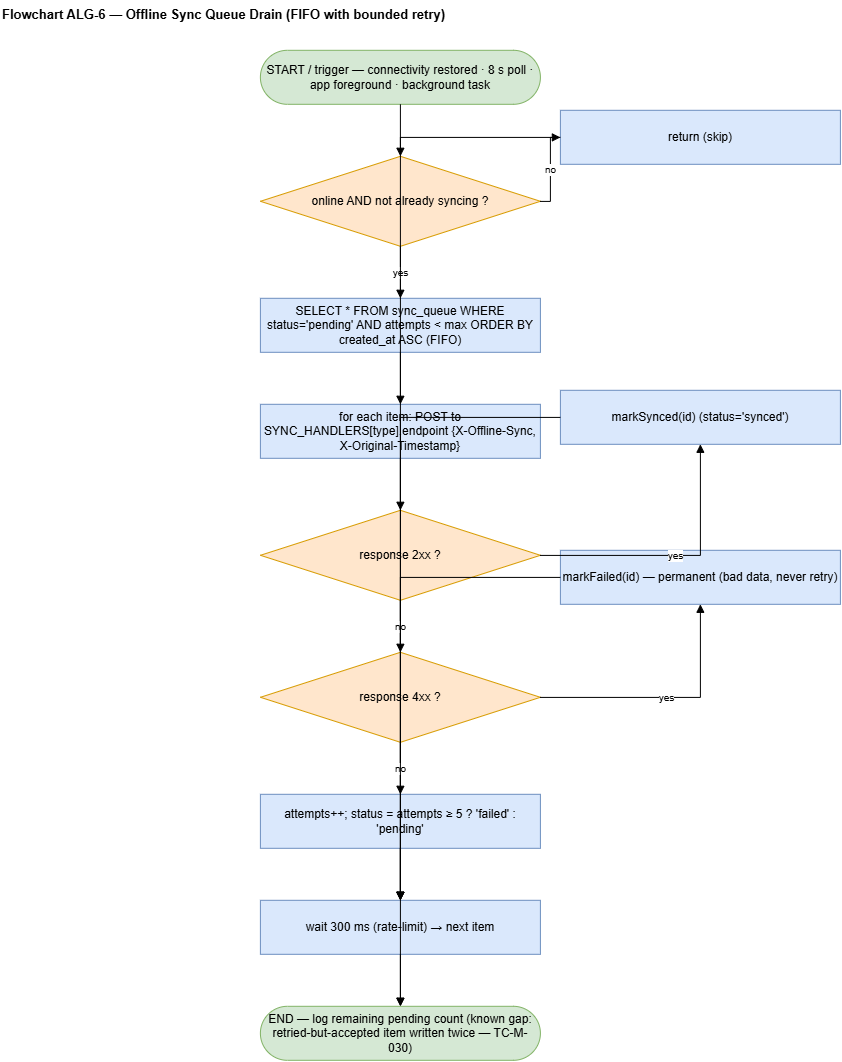
Earlier version of the draw.io export research-report-source/diagrams/pngs/Flowchart_ALG-6_Offline_Sync_Queue_Drain.drawio.png (DeshanDV1003/Suraksha---Web-App). Source tidied: cells renumbered, new cells last; positions are measured from the earlier drawing's top-left corner, leaving out a move shared by most shapes. Its diagram source:
```xml
<mxGraphModel>
  <root>
    <mxCell id="0" />
    <mxCell id="1" parent="0" />
    <mxCell id="2" value="Flowchart ALG-6 — Offline Sync Queue Drain (FIFO with bounded retry)" style="text;html=1;fontStyle=1;fontSize=13;align=left;" parent="1" vertex="1">
      <mxGeometry width="820" height="26" as="geometry" />
    </mxCell>
    <mxCell id="3" value="START / trigger — connectivity restored · 8 s poll · app foreground · background task" style="rounded=1;arcSize=50;whiteSpace=wrap;html=1;fillColor=#d5e8d4;strokeColor=#82b366;" parent="1" vertex="1">
      <mxGeometry x="260" y="50" width="280" height="54" as="geometry" />
    </mxCell>
    <mxCell id="4" value="online AND not already syncing ?" style="rhombus;whiteSpace=wrap;html=1;fillColor=#ffe6cc;strokeColor=#d79b00;" parent="1" vertex="1">
      <mxGeometry x="260" y="156" width="280" height="90" as="geometry" />
    </mxCell>
    <mxCell id="5" value="return (skip)" style="rounded=0;whiteSpace=wrap;html=1;fillColor=#dae8fc;strokeColor=#6c8ebf;" parent="1" vertex="1">
      <mxGeometry x="560" y="110" width="280" height="54" as="geometry" />
    </mxCell>
    <mxCell id="6" value="SELECT * FROM sync_queue WHERE status='pending' AND attempts &lt; max ORDER BY created_at ASC  (FIFO)" style="rounded=0;whiteSpace=wrap;html=1;fillColor=#dae8fc;strokeColor=#6c8ebf;" parent="1" vertex="1">
      <mxGeometry x="260" y="298" width="280" height="54" as="geometry" />
    </mxCell>
    <mxCell id="7" value="for each item: POST to SYNC_HANDLERS[type].endpoint  {X-Offline-Sync, X-Original-Timestamp}" style="rounded=0;whiteSpace=wrap;html=1;fillColor=#dae8fc;strokeColor=#6c8ebf;" parent="1" vertex="1">
      <mxGeometry x="260" y="404" width="280" height="54" as="geometry" />
    </mxCell>
    <mxCell id="8" value="response 2xx ?" style="rhombus;whiteSpace=wrap;html=1;fillColor=#ffe6cc;strokeColor=#d79b00;" parent="1" vertex="1">
      <mxGeometry x="260" y="510" width="280" height="90" as="geometry" />
    </mxCell>
    <mxCell id="9" value="markSynced(id)  (status='synced')" style="rounded=0;whiteSpace=wrap;html=1;fillColor=#dae8fc;strokeColor=#6c8ebf;" parent="1" vertex="1">
      <mxGeometry x="560" y="390" width="280" height="54" as="geometry" />
    </mxCell>
    <mxCell id="10" value="response 4xx ?" style="rhombus;whiteSpace=wrap;html=1;fillColor=#ffe6cc;strokeColor=#d79b00;" parent="1" vertex="1">
      <mxGeometry x="260" y="652" width="280" height="90" as="geometry" />
    </mxCell>
    <mxCell id="11" value="markFailed(id)  — permanent (bad data, never retry)" style="rounded=0;whiteSpace=wrap;html=1;fillColor=#dae8fc;strokeColor=#6c8ebf;" parent="1" vertex="1">
      <mxGeometry x="560" y="550" width="280" height="54" as="geometry" />
    </mxCell>
    <mxCell id="12" value="attempts++; status = attempts ≥ 5 ? 'failed' : 'pending'" style="rounded=0;whiteSpace=wrap;html=1;fillColor=#dae8fc;strokeColor=#6c8ebf;" parent="1" vertex="1">
      <mxGeometry x="260" y="794" width="280" height="54" as="geometry" />
    </mxCell>
    <mxCell id="13" value="wait 300 ms (rate-limit) → next item" style="rounded=0;whiteSpace=wrap;html=1;fillColor=#dae8fc;strokeColor=#6c8ebf;" parent="1" vertex="1">
      <mxGeometry x="260" y="900" width="280" height="54" as="geometry" />
    </mxCell>
    <mxCell id="14" value="END — log remaining pending count  (known gap: retried-but-accepted item written twice — TC-M-030)" style="rounded=1;arcSize=50;whiteSpace=wrap;html=1;fillColor=#d5e8d4;strokeColor=#82b366;" parent="1" vertex="1">
      <mxGeometry x="260" y="1006" width="280" height="54" as="geometry" />
    </mxCell>
    <mxCell id="15" style="edgeStyle=orthogonalEdgeStyle;rounded=0;html=1;endArrow=block;fontSize=10;" parent="1" edge="1" source="3" target="4">
      <mxGeometry relative="1" as="geometry" />
    </mxCell>
    <mxCell id="16" style="edgeStyle=orthogonalEdgeStyle;rounded=0;html=1;endArrow=block;fontSize=10;" parent="1" edge="1" source="6" target="7">
      <mxGeometry relative="1" as="geometry" />
    </mxCell>
    <mxCell id="17" style="edgeStyle=orthogonalEdgeStyle;rounded=0;html=1;endArrow=block;fontSize=10;" parent="1" edge="1" source="7" target="8">
      <mxGeometry relative="1" as="geometry" />
    </mxCell>
    <mxCell id="18" style="edgeStyle=orthogonalEdgeStyle;rounded=0;html=1;endArrow=block;fontSize=10;" parent="1" edge="1" source="12" target="13">
      <mxGeometry relative="1" as="geometry" />
    </mxCell>
    <mxCell id="19" style="edgeStyle=orthogonalEdgeStyle;rounded=0;html=1;endArrow=block;fontSize=10;" parent="1" edge="1" source="13" target="14">
      <mxGeometry relative="1" as="geometry" />
    </mxCell>
    <mxCell id="20" value="yes" style="edgeStyle=orthogonalEdgeStyle;rounded=0;html=1;endArrow=block;fontSize=10;" parent="1" edge="1" source="4" target="6">
      <mxGeometry relative="1" as="geometry" />
    </mxCell>
    <mxCell id="21" value="no" style="edgeStyle=orthogonalEdgeStyle;rounded=0;html=1;endArrow=block;fontSize=10;" parent="1" edge="1" source="4" target="5">
      <mxGeometry relative="1" as="geometry" />
    </mxCell>
    <mxCell id="22" style="edgeStyle=orthogonalEdgeStyle;rounded=0;html=1;endArrow=block;fontSize=10;" parent="1" edge="1" source="5" target="14">
      <mxGeometry relative="1" as="geometry" />
    </mxCell>
    <mxCell id="23" value="no" style="edgeStyle=orthogonalEdgeStyle;rounded=0;html=1;endArrow=block;fontSize=10;" parent="1" edge="1" source="8" target="10">
      <mxGeometry relative="1" as="geometry" />
    </mxCell>
    <mxCell id="24" value="yes" style="edgeStyle=orthogonalEdgeStyle;rounded=0;html=1;endArrow=block;fontSize=10;" parent="1" edge="1" source="8" target="9">
      <mxGeometry relative="1" as="geometry" />
    </mxCell>
    <mxCell id="25" style="edgeStyle=orthogonalEdgeStyle;rounded=0;html=1;endArrow=block;fontSize=10;" parent="1" edge="1" source="9" target="13">
      <mxGeometry relative="1" as="geometry" />
    </mxCell>
    <mxCell id="26" value="no" style="edgeStyle=orthogonalEdgeStyle;rounded=0;html=1;endArrow=block;fontSize=10;" parent="1" edge="1" source="10" target="12">
      <mxGeometry relative="1" as="geometry" />
    </mxCell>
    <mxCell id="27" value="yes" style="edgeStyle=orthogonalEdgeStyle;rounded=0;html=1;endArrow=block;fontSize=10;" parent="1" edge="1" source="10" target="11">
      <mxGeometry relative="1" as="geometry" />
    </mxCell>
    <mxCell id="28" style="edgeStyle=orthogonalEdgeStyle;rounded=0;html=1;endArrow=block;fontSize=10;" parent="1" edge="1" source="11" target="13">
      <mxGeometry relative="1" as="geometry" />
    </mxCell>
    <mxCell id="29" style="edgeStyle=orthogonalEdgeStyle;rounded=0;html=1;endArrow=block;fontSize=10;" parent="1" edge="1" source="12" target="13">
      <mxGeometry relative="1" as="geometry" />
    </mxCell>
  </root>
</mxGraphModel>
```
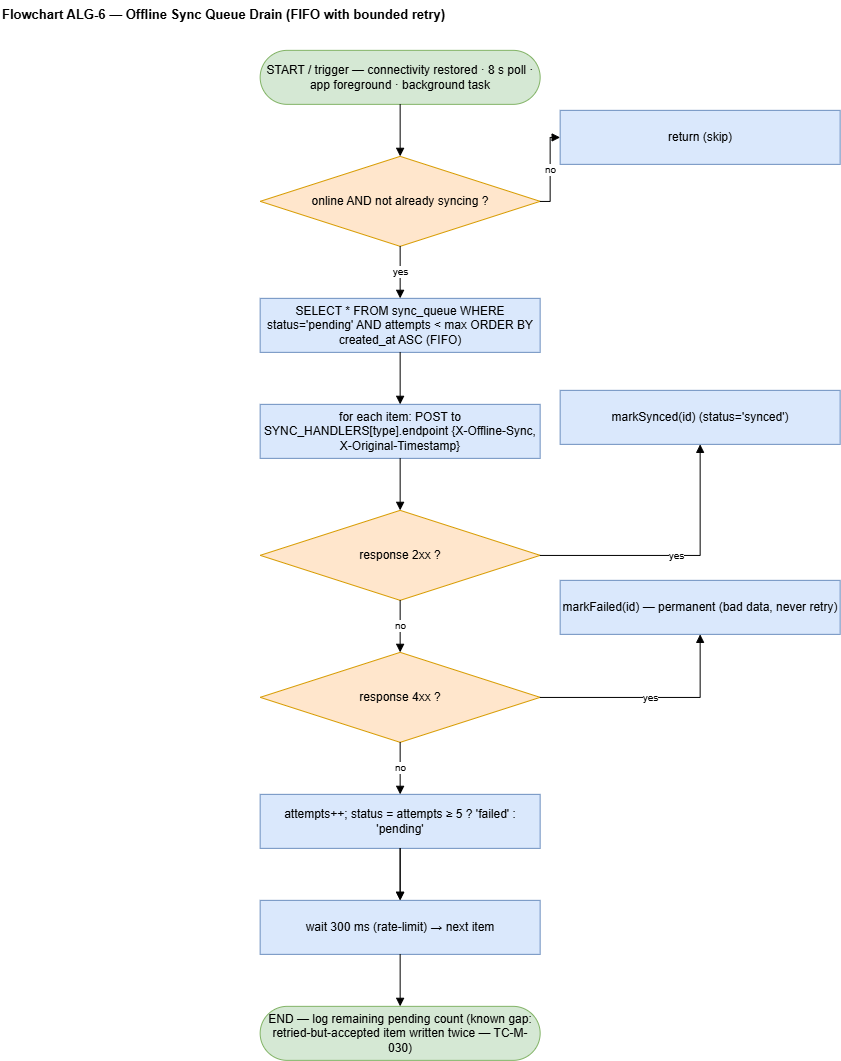
Later version of the same file.

Change to the diagram source:
```diff
@@ -30,7 +30,7 @@
       <mxGeometry x="260" y="652" width="280" height="90" as="geometry" />
     </mxCell>
     <mxCell id="11" value="markFailed(id)  — permanent (bad data, never retry)" style="rounded=0;whiteSpace=wrap;html=1;fillColor=#dae8fc;strokeColor=#6c8ebf;" parent="1" vertex="1">
-      <mxGeometry x="560" y="550" width="280" height="54" as="geometry" />
+      <mxGeometry x="560" y="580" width="280" height="54" as="geometry" />
     </mxCell>
     <mxCell id="12" value="attempts++; status = attempts ≥ 5 ? 'failed' : 'pending'" style="rounded=0;whiteSpace=wrap;html=1;fillColor=#dae8fc;strokeColor=#6c8ebf;" parent="1" vertex="1">
       <mxGeometry x="260" y="794" width="280" height="54" as="geometry" />
@@ -62,27 +62,22 @@
     <mxCell id="21" value="no" style="edgeStyle=orthogonalEdgeStyle;rounded=0;html=1;endArrow=block;fontSize=10;" parent="1" edge="1" source="4" target="5">
       <mxGeometry relative="1" as="geometry" />
     </mxCell>
-    <mxCell id="22" style="edgeStyle=orthogonalEdgeStyle;rounded=0;html=1;endArrow=block;fontSize=10;" parent="1" edge="1" source="5" target="14">
-      <mxGeometry relative="1" as="geometry" />
-    </mxCell>
     <mxCell id="23" value="no" style="edgeStyle=orthogonalEdgeStyle;rounded=0;html=1;endArrow=block;fontSize=10;" parent="1" edge="1" source="8" target="10">
       <mxGeometry relative="1" as="geometry" />
     </mxCell>
     <mxCell id="24" value="yes" style="edgeStyle=orthogonalEdgeStyle;rounded=0;html=1;endArrow=block;fontSize=10;" parent="1" edge="1" source="8" target="9">
-      <mxGeometry relative="1" as="geometry" />
+      <mxGeometry relative="1" as="geometry">
+        <Array as="points">
+          <mxPoint x="700" y="555" />
+        </Array>
+      </mxGeometry>
     </mxCell>
-    <mxCell id="25" style="edgeStyle=orthogonalEdgeStyle;rounded=0;html=1;endArrow=block;fontSize=10;" parent="1" edge="1" source="9" target="13">
-      <mxGeometry relative="1" as="geometry" />
-    </mxCell>
     <mxCell id="26" value="no" style="edgeStyle=orthogonalEdgeStyle;rounded=0;html=1;endArrow=block;fontSize=10;" parent="1" edge="1" source="10" target="12">
       <mxGeometry relative="1" as="geometry" />
     </mxCell>
     <mxCell id="27" value="yes" style="edgeStyle=orthogonalEdgeStyle;rounded=0;html=1;endArrow=block;fontSize=10;" parent="1" edge="1" source="10" target="11">
       <mxGeometry relative="1" as="geometry" />
     </mxCell>
-    <mxCell id="28" style="edgeStyle=orthogonalEdgeStyle;rounded=0;html=1;endArrow=block;fontSize=10;" parent="1" edge="1" source="11" target="13">
-      <mxGeometry relative="1" as="geometry" />
-    </mxCell>
     <mxCell id="29" style="edgeStyle=orthogonalEdgeStyle;rounded=0;html=1;endArrow=block;fontSize=10;" parent="1" edge="1" source="12" target="13">
       <mxGeometry relative="1" as="geometry" />
     </mxCell>
```
